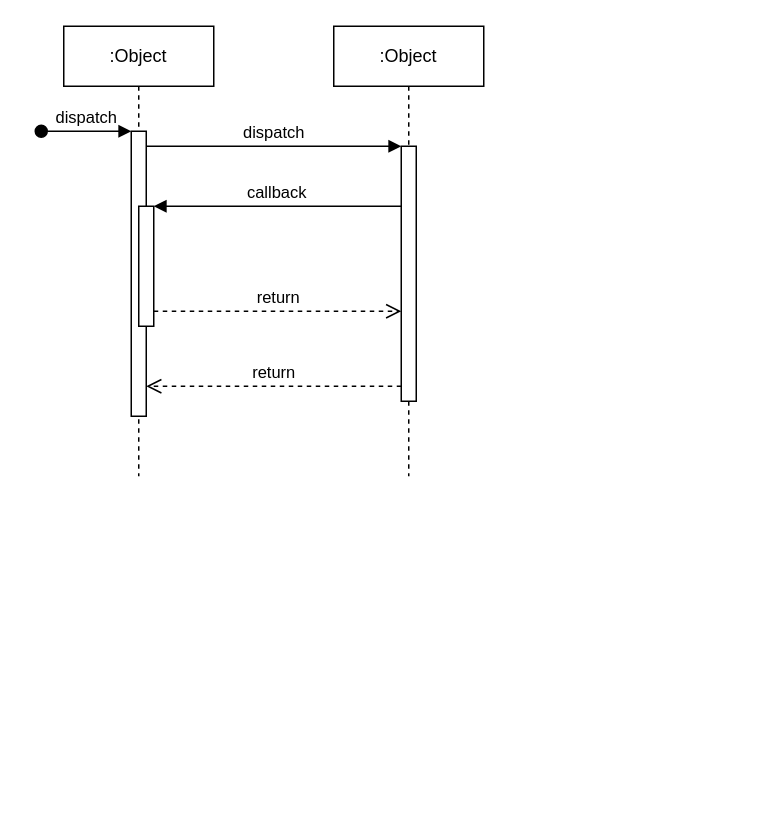
Earlier version of the draw.io diagram TestDiagram5.drawio (semanticist21/study-folder). Source tidied: cells renumbered, new cells numbered last; positions are measured from the earlier drawing's top-left corner, leaving out a move shared by most shapes. Both pictures are drawn from the tidied source at 150%, with x=0, y=0 at pixel (40, 26).
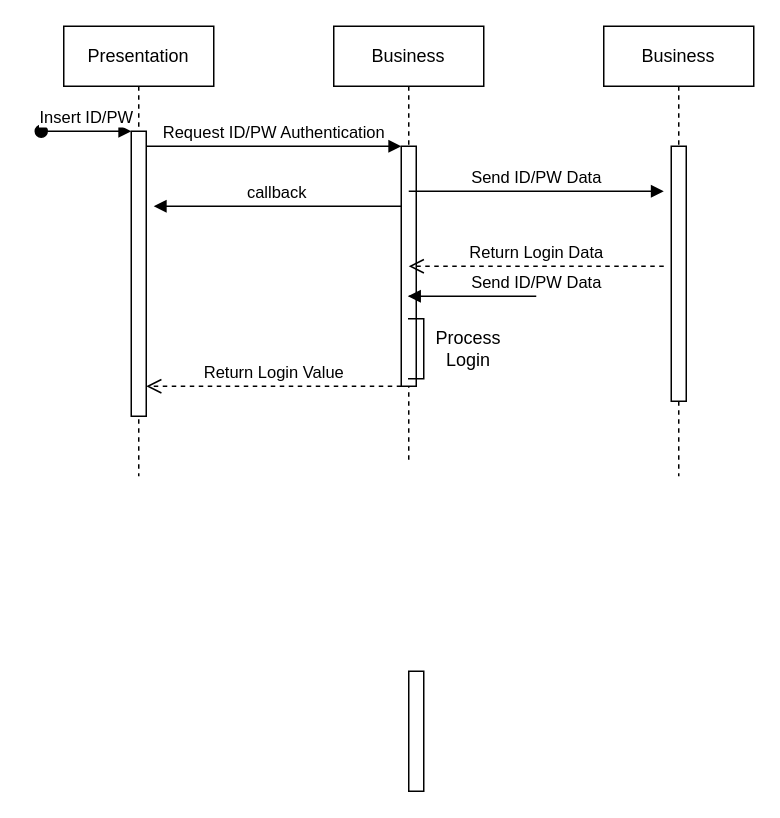
After the change.

The change refers to these unchanged cells:
```xml
<mxCell id="3" style="html=1;points=[];perimeter=orthogonalPerimeter;outlineConnect=0;targetShapes=umlLifeline;portConstraint=eastwest;newEdgeStyle={&quot;edgeStyle&quot;:&quot;elbowEdgeStyle&quot;,&quot;elbow&quot;:&quot;vertical&quot;,&quot;curved&quot;:0,&quot;rounded&quot;:0};" parent="2" vertex="1">
  <mxGeometry x="45" y="70" width="10" height="190" as="geometry" />
</mxCell>
```

What changed in the source:
```diff
@@
-    <mxCell id="2" value=":Object" style="shape=umlLifeline;perimeter=lifelinePerimeter;whiteSpace=wrap;html=1;newEdgeStyle={&quot;edgeStyle&quot;:&quot;elbowEdgeStyle&quot;,&quot;elbow&quot;:&quot;vertical&quot;,&quot;curved&quot;:0,&quot;rounded&quot;:0};" parent="1" vertex="1">
+    <mxCell id="2" value="Presentation" style="shape=umlLifeline;perimeter=lifelinePerimeter;whiteSpace=wrap;html=1;newEdgeStyle={&quot;edgeStyle&quot;:&quot;elbowEdgeStyle&quot;,&quot;elbow&quot;:&quot;vertical&quot;,&quot;curved&quot;:0,&quot;rounded&quot;:0};" parent="1" vertex="1">
       <mxGeometry x="15" width="100" height="300" as="geometry" />
     </mxCell>
@@
-    <mxCell id="4" value="dispatch" style="html=1;verticalAlign=bottom;startArrow=oval;endArrow=block;startSize=8;edgeStyle=elbowEdgeStyle;elbow=vertical;curved=0;rounded=0;" parent="2" edge="1" target="3">
+    <mxCell id="4" value="Insert ID/PW" style="html=1;verticalAlign=bottom;startArrow=oval;endArrow=block;startSize=8;edgeStyle=elbowEdgeStyle;elbow=vertical;curved=0;rounded=0;" parent="2" edge="1" target="3">
       <mxGeometry relative="1" as="geometry">
         <mxPoint x="-15" y="70" as="sourcePoint" />
       </mxGeometry>
     </mxCell>
-    <mxCell id="5" style="html=1;points=[];perimeter=orthogonalPerimeter;outlineConnect=0;targetShapes=umlLifeline;portConstraint=eastwest;newEdgeStyle={&quot;edgeStyle&quot;:&quot;elbowEdgeStyle&quot;,&quot;elbow&quot;:&quot;vertical&quot;,&quot;curved&quot;:0,&quot;rounded&quot;:0};" parent="2" vertex="1">
-      <mxGeometry x="50" y="120" width="10" height="80" as="geometry" />
-    </mxCell>
-    <mxCell id="6" value=":Object" style="shape=umlLifeline;perimeter=lifelinePerimeter;whiteSpace=wrap;html=1;outlineConnect=0;portConstraint=eastwest;newEdgeStyle={&quot;edgeStyle&quot;:&quot;elbowEdgeStyle&quot;,&quot;elbow&quot;:&quot;vertical&quot;,&quot;curved&quot;:0,&quot;rounded&quot;:0};" parent="1" vertex="1">
-      <mxGeometry x="195" width="100" height="300" as="geometry" />
+    <mxCell id="6" value="Business" style="shape=umlLifeline;perimeter=lifelinePerimeter;whiteSpace=wrap;html=1;outlineConnect=0;portConstraint=eastwest;newEdgeStyle={&quot;edgeStyle&quot;:&quot;elbowEdgeStyle&quot;,&quot;elbow&quot;:&quot;vertical&quot;,&quot;curved&quot;:0,&quot;rounded&quot;:0};" parent="1" vertex="1">
+      <mxGeometry x="195" width="100" height="290" as="geometry" />
     </mxCell>
     <mxCell id="7" style="html=1;points=[];perimeter=orthogonalPerimeter;outlineConnect=0;targetShapes=umlLifeline;portConstraint=eastwest;newEdgeStyle={&quot;edgeStyle&quot;:&quot;elbowEdgeStyle&quot;,&quot;elbow&quot;:&quot;vertical&quot;,&quot;curved&quot;:0,&quot;rounded&quot;:0};" parent="6" vertex="1">
-      <mxGeometry x="45" y="80" width="10" height="170" as="geometry" />
+      <mxGeometry x="45" y="80" width="10" height="160" as="geometry" />
     </mxCell>
-    <mxCell id="8" value="dispatch" style="html=1;verticalAlign=bottom;endArrow=block;edgeStyle=elbowEdgeStyle;elbow=vertical;curved=0;rounded=0;" parent="1" edge="1" source="3" target="7">
+    <mxCell id="8" value="Request ID/PW Authentication" style="html=1;verticalAlign=bottom;endArrow=block;edgeStyle=elbowEdgeStyle;elbow=horizontal;curved=0;rounded=0;" parent="1" edge="1" source="3" target="7">
       <mxGeometry relative="1" as="geometry">
         <Array as="points">
           <mxPoint x="155" y="80" />
         </Array>
       </mxGeometry>
     </mxCell>
-    <mxCell id="9" value="return" style="html=1;verticalAlign=bottom;endArrow=open;dashed=1;endSize=8;edgeStyle=elbowEdgeStyle;elbow=vertical;curved=0;rounded=0;" parent="1" edge="1" source="7" target="3">
+    <mxCell id="9" value="Return Login Value" style="html=1;verticalAlign=bottom;endArrow=open;dashed=1;endSize=8;edgeStyle=elbowEdgeStyle;elbow=vertical;curved=0;rounded=0;" parent="1" edge="1" source="7" target="3">
       <mxGeometry relative="1" as="geometry">
         <Array as="points">
           <mxPoint x="165" y="240" />
         </Array>
       </mxGeometry>
     </mxCell>
-    <mxCell id="10" value="callback" style="html=1;verticalAlign=bottom;endArrow=block;edgeStyle=elbowEdgeStyle;elbow=vertical;curved=0;rounded=0;" parent="1" edge="1" source="7" target="5">
+    <mxCell id="10" value="callback" style="html=1;verticalAlign=bottom;endArrow=block;edgeStyle=elbowEdgeStyle;elbow=horizontal;curved=0;rounded=0;" parent="1" edge="1" source="7">
       <mxGeometry relative="1" as="geometry">
+        <mxPoint x="75" y="120" as="targetPoint" />
         <Array as="points">
           <mxPoint x="165" y="120" />
         </Array>
       </mxGeometry>
     </mxCell>
-    <mxCell id="11" value="return" style="html=1;verticalAlign=bottom;endArrow=open;dashed=1;endSize=8;edgeStyle=elbowEdgeStyle;elbow=vertical;curved=0;rounded=0;" parent="1" edge="1" source="5" target="7">
-      <mxGeometry relative="1" as="geometry">
-        <Array as="points">
-          <mxPoint x="155" y="190" />
-        </Array>
-      </mxGeometry>
-    </mxCell>
+    <mxCell id="12" value="Business" style="shape=umlLifeline;perimeter=lifelinePerimeter;whiteSpace=wrap;html=1;newEdgeStyle={&quot;edgeStyle&quot;:&quot;elbowEdgeStyle&quot;,&quot;elbow&quot;:&quot;vertical&quot;,&quot;curved&quot;:0,&quot;rounded&quot;:0};" parent="1" vertex="1">
+      <mxGeometry x="375" width="100" height="300" as="geometry" />
+    </mxCell>
+    <mxCell id="13" style="html=1;perimeter=orthogonalPerimeter;targetShapes=umlLifeline;newEdgeStyle={&quot;edgeStyle&quot;:&quot;elbowEdgeStyle&quot;,&quot;elbow&quot;:&quot;vertical&quot;,&quot;curved&quot;:0,&quot;rounded&quot;:0};" parent="12" vertex="1">
+      <mxGeometry x="45" y="80" width="10" height="170" as="geometry" />
+    </mxCell>
+    <mxCell id="14" style="html=1;perimeter=orthogonalPerimeter;targetShapes=umlLifeline;newEdgeStyle={&quot;edgeStyle&quot;:&quot;elbowEdgeStyle&quot;,&quot;elbow&quot;:&quot;vertical&quot;,&quot;curved&quot;:0,&quot;rounded&quot;:0};" parent="1" vertex="1">
+      <mxGeometry x="245" y="430" width="10" height="80" as="geometry" />
+    </mxCell>
+    <mxCell id="15" value="Send ID/PW Data" style="html=1;verticalAlign=bottom;endArrow=block;edgeStyle=elbowEdgeStyle;elbow=vertical;curved=0;rounded=0;" parent="1" edge="1">
+      <mxGeometry relative="1" as="geometry">
+        <mxPoint x="245" y="110" as="sourcePoint" />
+        <mxPoint x="415" y="110" as="targetPoint" />
+        <Array as="points">
+          <mxPoint x="330" y="110" />
+        </Array>
+      </mxGeometry>
+    </mxCell>
+    <mxCell id="16" value="Return Login Data" style="html=1;verticalAlign=bottom;endArrow=open;dashed=1;endSize=8;edgeStyle=elbowEdgeStyle;elbow=horizontal;curved=0;rounded=0;" parent="1" edge="1">
+      <mxGeometry relative="1" as="geometry">
+        <mxPoint x="415" y="160" as="sourcePoint" />
+        <mxPoint x="245" y="160" as="targetPoint" />
+        <Array as="points">
+          <mxPoint x="340" y="160" />
+        </Array>
+      </mxGeometry>
+    </mxCell>
+    <mxCell id="17" value="Send ID/PW Data" style="html=1;verticalAlign=bottom;endArrow=block;edgeStyle=elbowEdgeStyle;elbow=vertical;curved=0;rounded=0;" parent="1" edge="1" target="6">
+      <mxGeometry relative="1" as="geometry">
+        <mxPoint x="245" y="180" as="sourcePoint" />
+        <Array as="points">
+          <mxPoint x="330" y="180" />
+        </Array>
+      </mxGeometry>
+    </mxCell>
+    <mxCell id="18" style="shape=partialRectangle;whiteSpace=wrap;html=1;bottom=1;right=1;left=1;top=0;fillColor=none;routingCenterX=-0.5;rotation=-90;" parent="1" vertex="1">
+      <mxGeometry x="230" y="210" width="40" height="10" as="geometry" />
+    </mxCell>
+    <mxCell id="19" value="Process Login" style="text;html=1;strokeColor=none;fillColor=none;align=center;verticalAlign=middle;whiteSpace=wrap;rounded=0;" parent="1" vertex="1">
+      <mxGeometry x="255" y="200" width="60" height="30" as="geometry" />
+    </mxCell>
```
